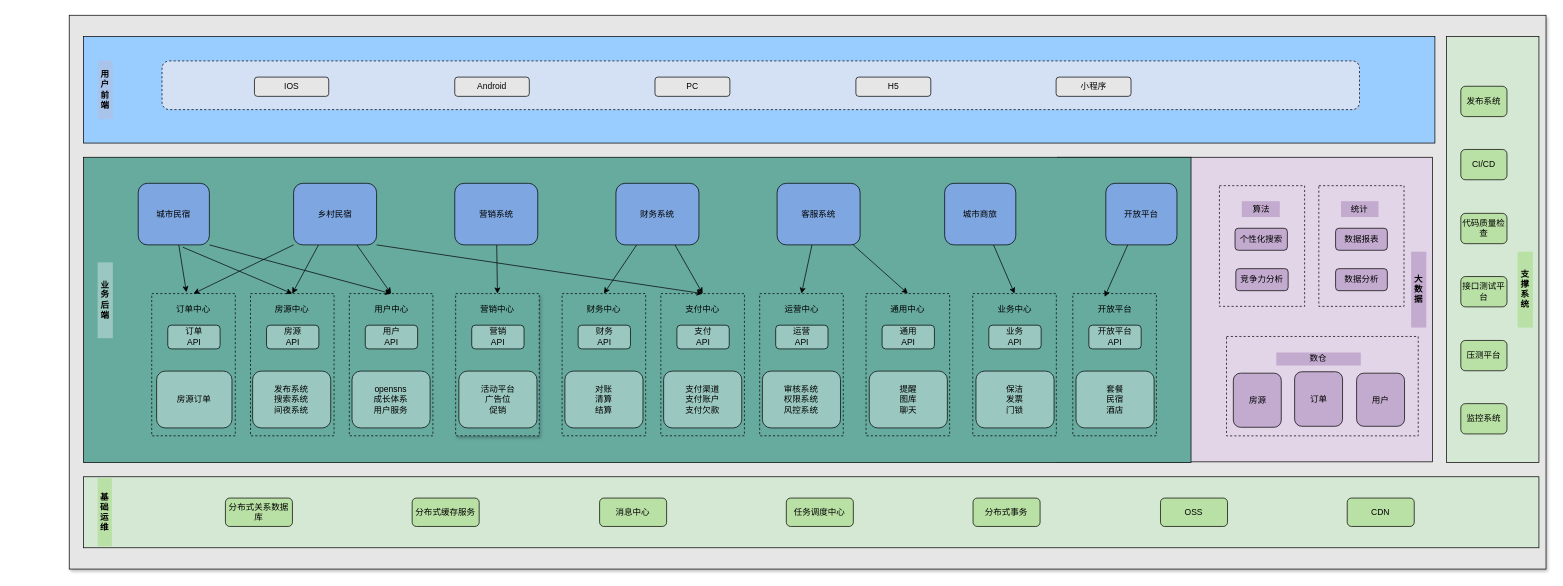
stern-hcg/draw.io keeps this draw.io diagram as 业务架构全景图.drawio. Above is the earlier version. Source tidied: cells renumbered, new cells numbered last; positions are measured from the earlier drawing's top-left corner, leaving out a move shared by most shapes. Both pictures are drawn from the tidied source at 71%, with x=0, y=0 at pixel (12, 15).
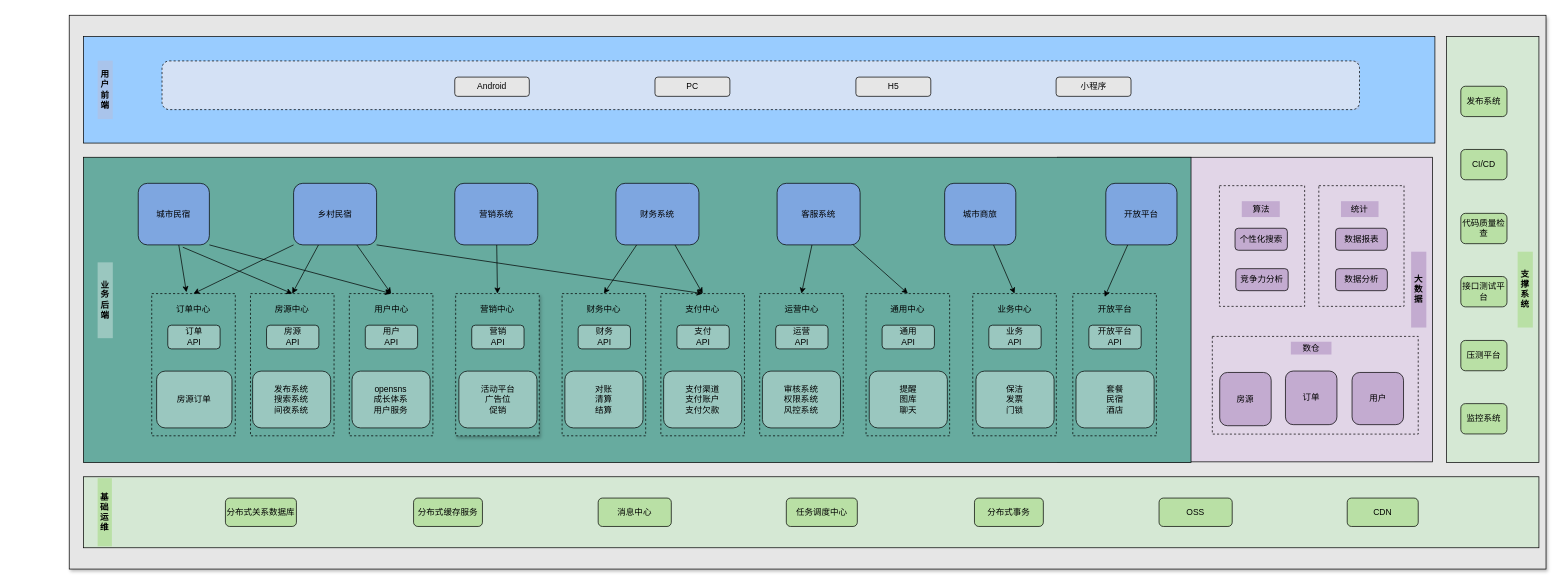
Above is the later version.

Commit message (it also covers changes not shown here):
Update 业务架构全景图.drawio

The change refers to these unchanged cells:
```xml
<mxCell id="81" style="group;" parent="1" vertex="1">
  <mxGeometry x="100" y="650" width="2050" height="100" as="geometry" />
</mxCell>
```

The edit, as a diff of the source:
```diff
@@
-    <mxCell id="51" style="group;" parent="1" vertex="1">
-      <mxGeometry y="30" width="2003.5" height="150" as="geometry" />
-    </mxCell>
-    <mxCell id="52" style="rounded=0;whiteSpace=wrap;html=1;fillColor=#99CCFF;" parent="51" vertex="1">
-      <mxGeometry x="100" width="1903.5" height="150" as="geometry" />
-    </mxCell>
-    <mxCell id="53" style="group;fillColor=#A9C4EB;" parent="51" vertex="1">
-      <mxGeometry x="445.5" y="34.3" width="1451.8" height="68.6" as="geometry" />
-    </mxCell>
-    <mxCell id="54" value="&lt;b&gt;用户前端&lt;/b&gt;" style="text;html=1;strokeColor=none;fillColor=#A9C4EB;align=center;verticalAlign=middle;whiteSpace=wrap;rounded=0;" parent="51" vertex="1">
-      <mxGeometry x="120" y="33.9" width="21.3" height="82.3" as="geometry" />
-    </mxCell>
-    <mxCell id="55" style="rounded=1;whiteSpace=wrap;html=1;dashed=1;fillColor=#D4E1F5;" parent="51" vertex="1">
-      <mxGeometry x="210.7" y="34.3" width="1686.6" height="68.6" as="geometry" />
-    </mxCell>
-    <mxCell id="56" value="H5" style="rounded=1;whiteSpace=wrap;html=1;fillColor=#E6E6E6;" parent="51" vertex="1">
-      <mxGeometry x="1188" y="57.1" width="105.5" height="27.1" as="geometry" />
-    </mxCell>
-    <mxCell id="57" value="小程序" style="rounded=1;whiteSpace=wrap;html=1;fillColor=#E6E6E6;" parent="51" vertex="1">
-      <mxGeometry x="1470" y="57.1" width="105.5" height="27.1" as="geometry" />
-    </mxCell>
-    <mxCell id="58" value="PC" style="rounded=1;whiteSpace=wrap;html=1;fillColor=#E6E6E6;" parent="51" vertex="1">
-      <mxGeometry x="905" y="57.1" width="105.5" height="27.1" as="geometry" />
-    </mxCell>
-    <mxCell id="59" value="Android" style="rounded=1;whiteSpace=wrap;html=1;fillColor=#E6E6E6;" parent="51" vertex="1">
-      <mxGeometry x="623" y="57.1" width="105" height="27.1" as="geometry" />
-    </mxCell>
@@
     <mxCell id="84" value="分布式事务" style="rounded=1;whiteSpace=wrap;html=1;fillColor=#B9E0A5;" parent="81" vertex="1">
-      <mxGeometry x="1253" y="30" width="94.4" height="40" as="geometry" />
+      <mxGeometry x="1255" y="30" width="97" height="40" as="geometry" />
     </mxCell>
     <mxCell id="85" value="任务调度中心" style="rounded=1;whiteSpace=wrap;html=1;fillColor=#B9E0A5;" parent="81" vertex="1">
-      <mxGeometry x="990" y="30" width="94.4" height="40" as="geometry" />
+      <mxGeometry x="990" y="30" width="100" height="40" as="geometry" />
     </mxCell>
     <mxCell id="86" value="OSS" style="rounded=1;whiteSpace=wrap;html=1;fillColor=#B9E0A5;" parent="81" vertex="1">
-      <mxGeometry x="1517" y="30" width="94.4" height="40" as="geometry" />
+      <mxGeometry x="1515" y="30" width="103" height="40" as="geometry" />
     </mxCell>
     <mxCell id="87" value="消息中心" style="rounded=1;whiteSpace=wrap;html=1;fillColor=#B9E0A5;" parent="81" vertex="1">
-      <mxGeometry x="727" y="30" width="94.4" height="40" as="geometry" />
+      <mxGeometry x="725" y="30" width="103" height="40" as="geometry" />
     </mxCell>
     <mxCell id="88" value="分布式缓存服务" style="rounded=1;whiteSpace=wrap;html=1;fillColor=#B9E0A5;" parent="81" vertex="1">
-      <mxGeometry x="463" y="30" width="94.4" height="40" as="geometry" />
+      <mxGeometry x="465" y="30" width="97" height="40" as="geometry" />
     </mxCell>
     <mxCell id="89" value="分布式关系数据库" style="rounded=1;whiteSpace=wrap;html=1;fillColor=#B9E0A5;" parent="81" vertex="1">
-      <mxGeometry x="200" y="30" width="94.4" height="40" as="geometry" />
+      <mxGeometry x="200" y="30" width="100" height="40" as="geometry" />
     </mxCell>
     <mxCell id="90" value="CDN" style="rounded=1;whiteSpace=wrap;html=1;fillColor=#B9E0A5;" parent="81" vertex="1">
-      <mxGeometry x="1780" y="30" width="94.4" height="40" as="geometry" />
+      <mxGeometry x="1780" y="30" width="100" height="40" as="geometry" />
     </mxCell>
@@
     <mxCell id="93" style="group;" parent="1" vertex="1">
-      <mxGeometry x="1710" y="452.4" width="270" height="140" as="geometry" />
+      <mxGeometry x="1690" y="452.3" width="290" height="137.7" as="geometry" />
     </mxCell>
     <mxCell id="94" style="rounded=0;whiteSpace=wrap;html=1;dashed=1;fillColor=#E1D5E7;" parent="93" vertex="1">
-      <mxGeometry width="270" height="140" as="geometry" />
+      <mxGeometry width="290" height="137.6" as="geometry" />
     </mxCell>
     <mxCell id="95" value="房源" style="rounded=1;whiteSpace=wrap;html=1;fillColor=#C3ABD0;" parent="93" vertex="1">
-      <mxGeometry x="9.6" y="51.7" width="67.5" height="76.2" as="geometry" />
+      <mxGeometry x="10.4" y="50.8" width="72.5" height="75" as="geometry" />
     </mxCell>
     <mxCell id="96" value="订单" style="rounded=1;whiteSpace=wrap;html=1;fillColor=#C3ABD0;" parent="93" vertex="1">
-      <mxGeometry x="95.9" y="49.7" width="67.5" height="76.8" as="geometry" />
+      <mxGeometry x="103" y="48.8" width="72.5" height="75.5" as="geometry" />
     </mxCell>
     <mxCell id="97" value="数仓" style="text;html=1;strokeColor=none;fillColor=#C3ABD0;align=center;verticalAlign=middle;whiteSpace=wrap;rounded=0;dashed=1;" parent="93" vertex="1">
-      <mxGeometry x="70.1" y="22.6" width="119" height="18.3" as="geometry" />
+      <mxGeometry x="110.6" y="7.5" width="57.2" height="18" as="geometry" />
     </mxCell>
     <mxCell id="98" value="用户" style="rounded=1;whiteSpace=wrap;html=1;fillColor=#C3ABD0;" parent="93" vertex="1">
-      <mxGeometry x="183.2" y="51.7" width="67.5" height="74.8" as="geometry" />
+      <mxGeometry x="196.8" y="50.8" width="72.5" height="73.5" as="geometry" />
     </mxCell>
@@
+    <mxCell id="52" style="rounded=0;whiteSpace=wrap;html=1;fillColor=#99CCFF;" parent="1" vertex="1">
+      <mxGeometry x="100" y="30" width="1903.5" height="150" as="geometry" />
+    </mxCell>
+    <mxCell id="53" style="group;fillColor=#A9C4EB;" parent="1" vertex="1">
+      <mxGeometry x="445.5" y="64.3" width="1451.8" height="68.6" as="geometry" />
+    </mxCell>
+    <mxCell id="54" value="&lt;b&gt;用户前端&lt;/b&gt;" style="text;html=1;strokeColor=none;fillColor=#A9C4EB;align=center;verticalAlign=middle;whiteSpace=wrap;rounded=0;" parent="1" vertex="1">
+      <mxGeometry x="120" y="63.9" width="21.3" height="82.3" as="geometry" />
+    </mxCell>
+    <mxCell id="55" style="rounded=1;whiteSpace=wrap;html=1;dashed=1;fillColor=#D4E1F5;" parent="1" vertex="1">
+      <mxGeometry x="210.7" y="64.3" width="1686.6" height="68.6" as="geometry" />
+    </mxCell>
+    <mxCell id="56" value="H5" style="rounded=1;whiteSpace=wrap;html=1;fillColor=#E6E6E6;" parent="1" vertex="1">
+      <mxGeometry x="1188" y="87.1" width="105.5" height="27.1" as="geometry" />
+    </mxCell>
+    <mxCell id="57" value="小程序" style="rounded=1;whiteSpace=wrap;html=1;fillColor=#E6E6E6;" parent="1" vertex="1">
+      <mxGeometry x="1470" y="87.1" width="105.5" height="27.1" as="geometry" />
+    </mxCell>
+    <mxCell id="58" value="PC" style="rounded=1;whiteSpace=wrap;html=1;fillColor=#E6E6E6;" parent="1" vertex="1">
+      <mxGeometry x="905" y="87.1" width="105.5" height="27.1" as="geometry" />
+    </mxCell>
+    <mxCell id="59" value="Android" style="rounded=1;whiteSpace=wrap;html=1;fillColor=#E6E6E6;" parent="1" vertex="1">
+      <mxGeometry x="623" y="87.1" width="105" height="27.1" as="geometry" />
+    </mxCell>
```
